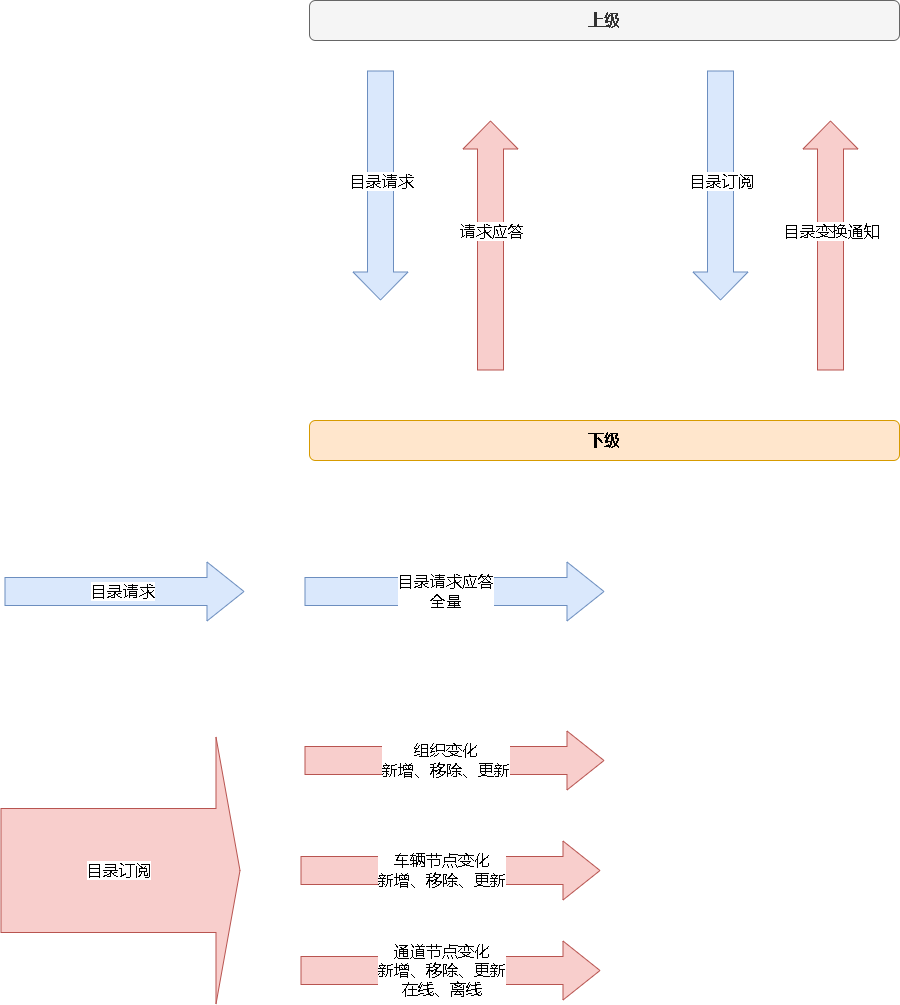
This is 28181.drawio.png from xktder/draw, a draw.io export, as it was before one commit. Source tidied: cells renumbered, new cells last; positions are measured from the earlier drawing's top-left corner, leaving out a move shared by most shapes.
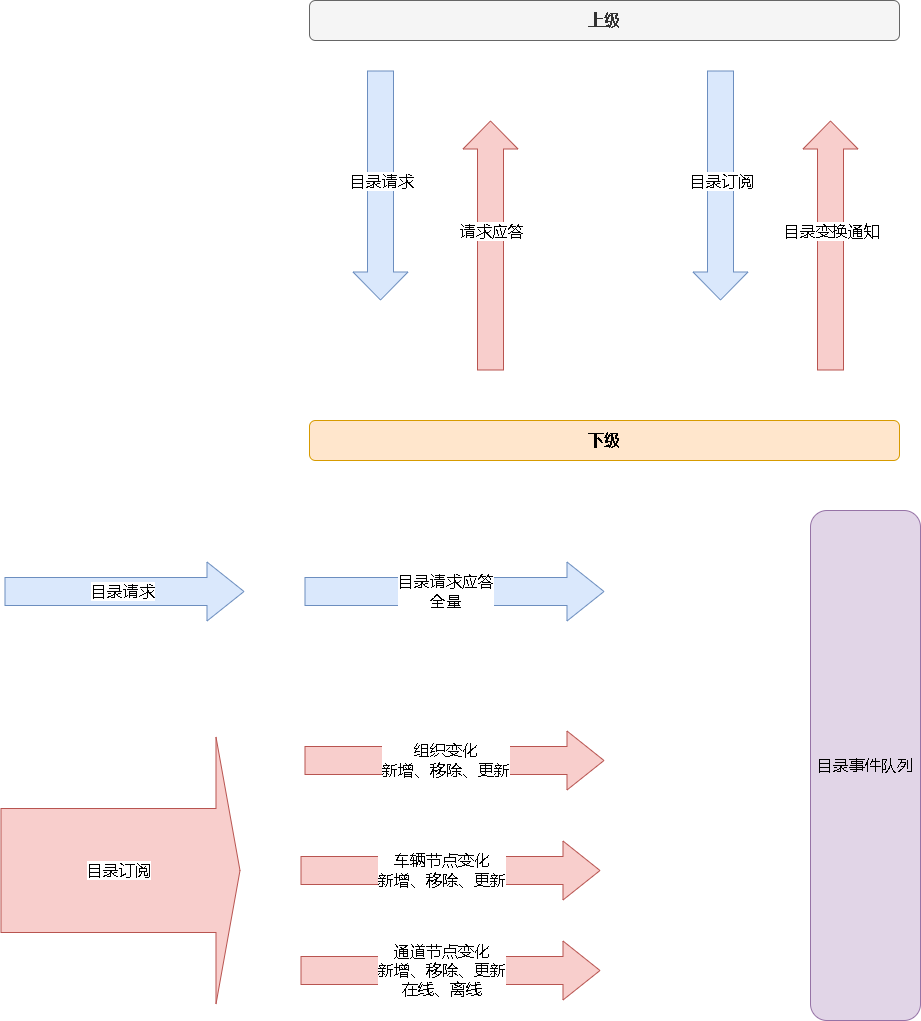
Later version of the same file.

What changed in the source:
```diff
@@ -118,5 +118,8 @@
         <mxPoint x="25" as="offset" />
       </mxGeometry>
     </mxCell>
+    <mxCell id="24" value="目录事件队列" style="rounded=1;whiteSpace=wrap;html=1;fontSize=16;fillColor=#e1d5e7;strokeColor=#9673a6;" parent="1" vertex="1">
+      <mxGeometry x="810" y="510" width="110" height="510" as="geometry" />
+    </mxCell>
   </root>
 </mxGraphModel>
```
